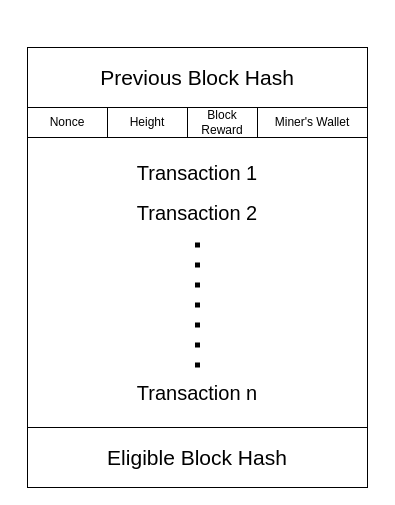
MlgEpicBanana69/dreamveil keeps this draw.io diagram as Diagrams/Block.drawio. Above is the earlier version. Source tidied: cells renumbered, new cells numbered last; positions are measured from the earlier drawing's top-left corner, leaving out a move shared by most shapes. Both pictures are drawn from the tidied source at 100%, with x=0, y=0 at pixel (27, 47).
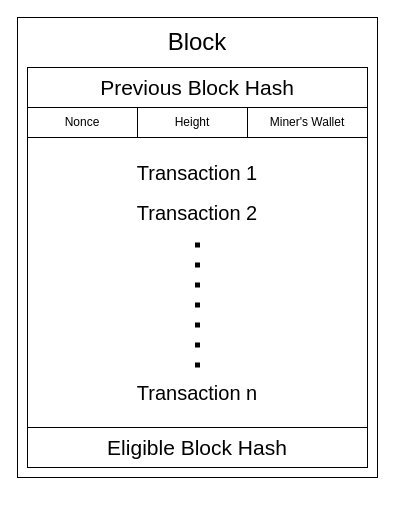
After the change.

Commit message (it also covers changes not shown here):
Block loads now verifies information syntax

What changed in the source:
```diff
@@
 <mxGraphModel>
   <root>
     <mxCell id="0" />
     <mxCell id="1" parent="0" />
+    <mxCell id="13" style="rounded=0;whiteSpace=wrap;html=1;" parent="1" vertex="1">
+      <mxGeometry x="-10" y="-30" width="360" height="460" as="geometry" />
+    </mxCell>
     <mxCell id="2" style="rounded=0;whiteSpace=wrap;html=1;" parent="1" vertex="1">
       <mxGeometry y="40" width="340" height="340" as="geometry" />
     </mxCell>
     <mxCell id="3" value="Previous Block Hash" style="rounded=0;whiteSpace=wrap;html=1;fontSize=21;" parent="1" vertex="1">
-      <mxGeometry width="340" height="60" as="geometry" />
+      <mxGeometry y="20" width="340" height="40" as="geometry" />
     </mxCell>
     <mxCell id="4" value="Eligible Block Hash" style="rounded=0;whiteSpace=wrap;html=1;fontSize=21;" parent="1" vertex="1">
-      <mxGeometry y="380" width="340" height="60" as="geometry" />
+      <mxGeometry y="380" width="340" height="40" as="geometry" />
     </mxCell>
     <mxCell id="5" value="Transaction 1" style="text;html=1;strokeColor=none;fillColor=none;align=center;verticalAlign=middle;whiteSpace=wrap;rounded=0;fontSize=20;" parent="1" vertex="1">
       <mxGeometry x="70" y="100" width="200" height="50" as="geometry" />
     </mxCell>
     <mxCell id="6" value="Transaction 2" style="text;html=1;strokeColor=none;fillColor=none;align=center;verticalAlign=middle;whiteSpace=wrap;rounded=0;fontSize=20;" parent="1" vertex="1">
       <mxGeometry x="70" y="140" width="200" height="50" as="geometry" />
     </mxCell>
     <mxCell id="7" value="Transaction n" style="text;html=1;strokeColor=none;fillColor=none;align=center;verticalAlign=middle;whiteSpace=wrap;rounded=0;fontSize=20;" parent="1" vertex="1">
       <mxGeometry x="70" y="320" width="200" height="50" as="geometry" />
     </mxCell>
     <mxCell id="8" style="endArrow=none;dashed=1;html=1;dashPattern=1 3;strokeWidth=5;rounded=0;fontSize=20;entryX=0.5;entryY=1;entryDx=0;entryDy=0;exitX=0.5;exitY=0;exitDx=0;exitDy=0;jumpSize=17;jumpStyle=none;endSize=6;" parent="1" edge="1" source="7" target="6">
       <mxGeometry relative="1" as="geometry" />
     </mxCell>
     <mxCell id="9" value="Height" style="rounded=0;whiteSpace=wrap;html=1;" parent="1" vertex="1">
-      <mxGeometry x="80" y="60" width="80" height="30" as="geometry" />
+      <mxGeometry x="110" y="60" width="110" height="30" as="geometry" />
     </mxCell>
     <mxCell id="10" value="Miner's Wallet" style="rounded=0;whiteSpace=wrap;html=1;" parent="1" vertex="1">
-      <mxGeometry x="230" y="60" width="110" height="30" as="geometry" />
+      <mxGeometry x="220" y="60" width="120" height="30" as="geometry" />
     </mxCell>
     <mxCell id="11" value="Nonce" style="rounded=0;whiteSpace=wrap;html=1;" parent="1" vertex="1">
-      <mxGeometry y="60" width="80" height="30" as="geometry" />
+      <mxGeometry y="60" width="110" height="30" as="geometry" />
     </mxCell>
-    <mxCell id="12" value="Block Reward" style="rounded=0;whiteSpace=wrap;html=1;" parent="1" vertex="1">
-      <mxGeometry x="160" y="60" width="70" height="30" as="geometry" />
-    </mxCell>
+    <mxCell id="14" value="Block" style="text;html=1;strokeColor=none;fillColor=none;align=center;verticalAlign=middle;whiteSpace=wrap;rounded=0;fontSize=24;" parent="1" vertex="1">
+      <mxGeometry x="135" y="-20" width="70" height="30" as="geometry" />
+    </mxCell>
   </root>
 </mxGraphModel>
```
